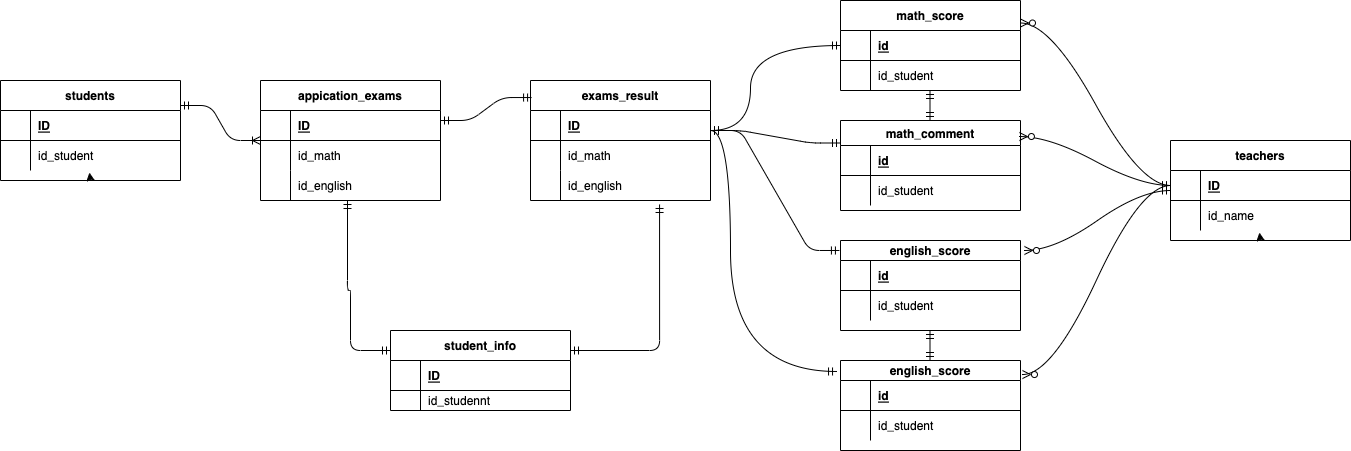
The draw.io diagram 20220603..drawio.png in PW-kazu/20220604shimizu, before a commit. Source tidied: cells renumbered, new cells last; positions are measured from the earlier drawing's top-left corner, leaving out a move shared by most shapes.
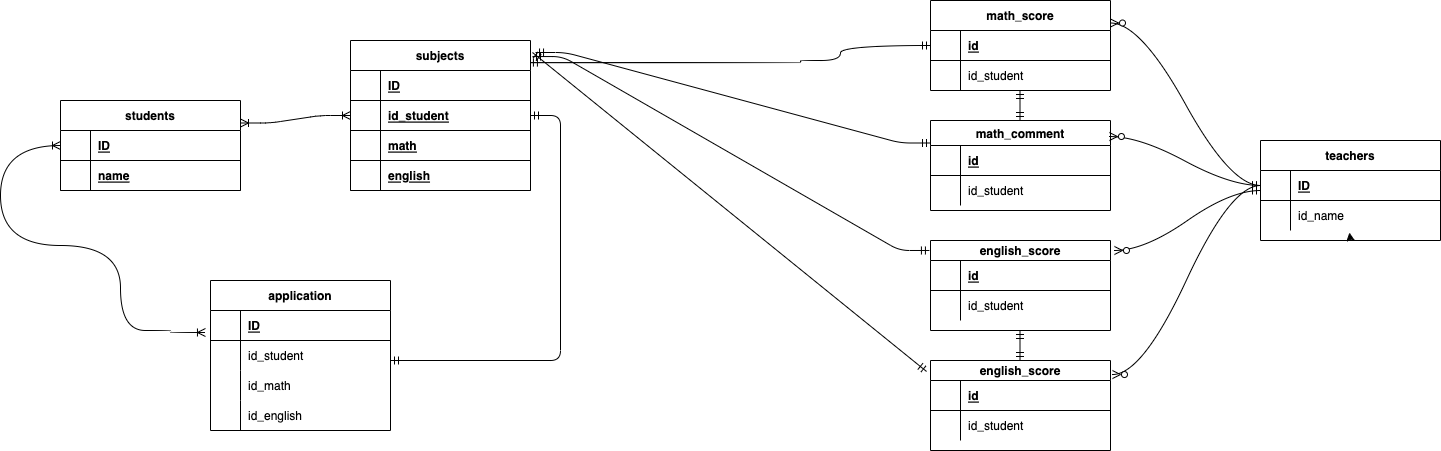
Later version of the same file.

What changed in the source:
```diff
@@ -3,7 +3,7 @@
     <mxCell id="0" />
     <mxCell id="1" parent="0" />
     <mxCell id="2" value="students" style="shape=table;startSize=30;rowLines=0;fontStyle=1;align=center;" parent="1" vertex="1">
-      <mxGeometry y="80" width="180" height="100" as="geometry" />
+      <mxGeometry x="-30" y="100" width="180" height="90" as="geometry" />
     </mxCell>
     <mxCell id="3" style="shape=partialRectangle;fillColor=none;top=0;left=0;bottom=1;right=0;points=[[0,0.5],[1,0.5]];portConstraint=eastwest;" parent="2" vertex="1">
       <mxGeometry y="30" width="180" height="30" as="geometry" />
@@ -14,48 +14,15 @@
     <mxCell id="5" value="ID" style="shape=partialRectangle;fillColor=none;top=0;left=0;bottom=0;right=0;align=left;spacingLeft=6;fontStyle=5;overflow=hidden;" parent="3" vertex="1">
       <mxGeometry x="30" width="150" height="30" as="geometry" />
     </mxCell>
-    <mxCell id="6" style="shape=partialRectangle;fillColor=none;top=0;left=0;bottom=0;right=0;points=[[0,0.5],[1,0.5]];portConstraint=eastwest;" parent="2" vertex="1">
-      <mxGeometry y="60" width="180" height="30" as="geometry" />
-    </mxCell>
-    <mxCell id="7" style="shape=partialRectangle;fillColor=none;top=0;left=0;bottom=0;right=0;overflow=hidden;" parent="6" vertex="1">
-      <mxGeometry width="30" height="30" as="geometry" />
-    </mxCell>
-    <mxCell id="8" value="id_student" style="shape=partialRectangle;fillColor=none;top=0;left=0;bottom=0;right=0;align=left;spacingLeft=6;overflow=hidden;" parent="6" vertex="1">
-      <mxGeometry x="30" width="150" height="30" as="geometry" />
-    </mxCell>
-    <mxCell id="9" style="edgeStyle=none;html=1;exitX=0.5;exitY=1;exitDx=0;exitDy=0;entryX=0.494;entryY=1.067;entryDx=0;entryDy=0;entryPerimeter=0;" parent="2" edge="1" source="2" target="6">
-      <mxGeometry relative="1" as="geometry" />
-    </mxCell>
-    <mxCell id="10" value="appication_exams" style="shape=table;startSize=30;rowLines=0;fontStyle=1;align=center;" parent="1" vertex="1">
-      <mxGeometry x="260" y="80" width="180" height="120" as="geometry" />
-    </mxCell>
-    <mxCell id="11" style="shape=partialRectangle;fillColor=none;top=0;left=0;bottom=1;right=0;" parent="10" vertex="1">
-      <mxGeometry y="30" width="180" height="30" as="geometry" />
-    </mxCell>
-    <mxCell id="12" style="shape=partialRectangle;fillColor=none;top=0;left=0;bottom=0;right=0;fontStyle=1;overflow=hidden;" parent="11" vertex="1">
-      <mxGeometry width="30" height="30" as="geometry" />
-    </mxCell>
-    <mxCell id="13" value="ID" style="shape=partialRectangle;fillColor=none;top=0;left=0;bottom=0;right=0;align=left;spacingLeft=6;fontStyle=5;overflow=hidden;" parent="11" vertex="1">
-      <mxGeometry x="30" width="150" height="30" as="geometry" />
-    </mxCell>
-    <mxCell id="14" style="shape=partialRectangle;fillColor=none;top=0;left=0;bottom=0;right=0;" parent="10" vertex="1">
-      <mxGeometry y="60" width="180" height="30" as="geometry" />
-    </mxCell>
-    <mxCell id="15" style="shape=partialRectangle;fillColor=none;top=0;left=0;bottom=0;right=0;overflow=hidden;" parent="14" vertex="1">
-      <mxGeometry width="30" height="30" as="geometry" />
-    </mxCell>
-    <mxCell id="16" value="id_math" style="shape=partialRectangle;fillColor=none;top=0;left=0;bottom=0;right=0;align=left;spacingLeft=6;overflow=hidden;" parent="14" vertex="1">
-      <mxGeometry x="30" width="150" height="30" as="geometry" />
-    </mxCell>
-    <mxCell id="17" style="shape=partialRectangle;fillColor=none;top=0;left=0;bottom=0;right=0;" parent="10" vertex="1">
-      <mxGeometry y="90" width="180" height="30" as="geometry" />
-    </mxCell>
-    <mxCell id="18" style="shape=partialRectangle;fillColor=none;top=0;left=0;bottom=0;right=0;overflow=hidden;" parent="17" vertex="1">
-      <mxGeometry width="30" height="30" as="geometry" />
-    </mxCell>
-    <mxCell id="19" value="id_english" style="shape=partialRectangle;fillColor=none;top=0;left=0;bottom=0;right=0;align=left;spacingLeft=6;overflow=hidden;" parent="17" vertex="1">
-      <mxGeometry x="30" width="150" height="30" as="geometry" />
-    </mxCell>
+    <mxCell id="87" style="shape=partialRectangle;fillColor=none;top=0;left=0;bottom=1;right=0;" parent="2" vertex="1">
+      <mxGeometry y="60" width="180" height="30" as="geometry" />
+    </mxCell>
+    <mxCell id="88" style="shape=partialRectangle;fillColor=none;top=0;left=0;bottom=0;right=0;fontStyle=1;overflow=hidden;" parent="87" vertex="1">
+      <mxGeometry width="30" height="30" as="geometry" />
+    </mxCell>
+    <mxCell id="89" value="name" style="shape=partialRectangle;fillColor=none;top=0;left=0;bottom=0;right=0;align=left;spacingLeft=6;fontStyle=5;overflow=hidden;" parent="87" vertex="1">
+      <mxGeometry x="30" width="150" height="30" as="geometry" />
+    </mxCell>
     <mxCell id="20" value="math_score" style="shape=table;startSize=30;rowLines=0;fontStyle=1;align=center;" parent="1" vertex="1">
       <mxGeometry x="840" width="180" height="90" as="geometry" />
     </mxCell>
@@ -164,33 +131,24 @@
     <mxCell id="55" style="edgeStyle=none;html=1;exitX=0.5;exitY=1;exitDx=0;exitDy=0;entryX=0.494;entryY=1.067;entryDx=0;entryDy=0;entryPerimeter=0;" parent="48" edge="1" source="48" target="52">
       <mxGeometry relative="1" as="geometry" />
     </mxCell>
-    <mxCell id="56" style="edgeStyle=entityRelationEdgeStyle;fontSize=12;html=1;endArrow=ERmandOne;startArrow=ERmandOne;entryX=0;entryY=0.25;entryDx=0;entryDy=0;exitX=1.011;exitY=0.18;exitDx=0;exitDy=0;exitPerimeter=0;" parent="1" edge="1" target="34">
-      <mxGeometry relative="1" as="geometry">
-        <mxPoint x="710" y="130" as="sourcePoint" />
-      </mxGeometry>
+    <mxCell id="56" style="edgeStyle=entityRelationEdgeStyle;fontSize=12;html=1;endArrow=ERmandOne;startArrow=ERmandOne;entryX=0;entryY=0.25;entryDx=0;entryDy=0;exitX=1.028;exitY=0.08;exitDx=0;exitDy=0;exitPerimeter=0;" parent="1" edge="1" source="92" target="34">
+      <mxGeometry relative="1" as="geometry" />
     </mxCell>
-    <mxCell id="57" style="edgeStyle=orthogonalEdgeStyle;fontSize=12;html=1;endArrow=ERmandOne;startArrow=ERmandOne;entryX=0;entryY=0.5;entryDx=0;entryDy=0;exitX=1.011;exitY=0.18;exitDx=0;exitDy=0;exitPerimeter=0;curved=1;" parent="1" edge="1" target="21">
+    <mxCell id="57" style="edgeStyle=orthogonalEdgeStyle;fontSize=12;html=1;endArrow=ERmandOne;startArrow=ERmandOne;entryX=0;entryY=0.5;entryDx=0;entryDy=0;exitX=0.994;exitY=0.147;exitDx=0;exitDy=0;exitPerimeter=0;curved=1;" parent="1" edge="1" source="92" target="21">
       <mxGeometry relative="1" as="geometry">
-        <mxPoint x="710" y="130" as="sourcePoint" />
         <Array as="points">
-          <mxPoint x="750" y="130" />
+          <mxPoint x="710" y="62" />
+          <mxPoint x="710" y="60" />
+          <mxPoint x="750" y="60" />
           <mxPoint x="750" y="45" />
         </Array>
       </mxGeometry>
     </mxCell>
-    <mxCell id="58" style="edgeStyle=orthogonalEdgeStyle;fontSize=12;html=1;endArrow=ERmandOne;startArrow=ERmandOne;entryX=-0.022;entryY=0.122;entryDx=0;entryDy=0;entryPerimeter=0;curved=1;" parent="1" edge="1" target="41">
-      <mxGeometry relative="1" as="geometry">
-        <mxPoint x="710" y="130" as="sourcePoint" />
-        <Array as="points">
-          <mxPoint x="730" y="130" />
-          <mxPoint x="730" y="371" />
-        </Array>
-      </mxGeometry>
+    <mxCell id="58" style="fontSize=12;html=1;endArrow=ERmandOne;startArrow=ERmandOne;entryX=-0.022;entryY=0.122;entryDx=0;entryDy=0;entryPerimeter=0;exitX=1.011;exitY=0.08;exitDx=0;exitDy=0;exitPerimeter=0;" parent="1" edge="1" source="92" target="41">
+      <mxGeometry relative="1" as="geometry" />
     </mxCell>
-    <mxCell id="59" style="edgeStyle=entityRelationEdgeStyle;fontSize=12;html=1;endArrow=ERmandOne;startArrow=ERmandOne;entryX=-0.006;entryY=0.111;entryDx=0;entryDy=0;entryPerimeter=0;exitX=1.011;exitY=0.18;exitDx=0;exitDy=0;exitPerimeter=0;" parent="1" edge="1" target="27">
-      <mxGeometry relative="1" as="geometry">
-        <mxPoint x="710" y="130" as="sourcePoint" />
-      </mxGeometry>
+    <mxCell id="59" style="edgeStyle=entityRelationEdgeStyle;fontSize=12;html=1;endArrow=ERmandOne;startArrow=ERmandOne;entryX=-0.006;entryY=0.111;entryDx=0;entryDy=0;entryPerimeter=0;exitX=1.011;exitY=0.107;exitDx=0;exitDy=0;exitPerimeter=0;" parent="1" edge="1" source="92" target="27">
+      <mxGeometry relative="1" as="geometry" />
     </mxCell>
     <mxCell id="60" style="edgeStyle=entityRelationEdgeStyle;fontSize=12;html=1;endArrow=ERzeroToMany;startArrow=ERmandOne;curved=1;exitX=0;exitY=0.5;exitDx=0;exitDy=0;entryX=1;entryY=0.25;entryDx=0;entryDy=0;" parent="1" edge="1" source="49" target="20">
       <mxGeometry relative="1" as="geometry" />
@@ -198,8 +156,8 @@
     <mxCell id="61" style="edgeStyle=entityRelationEdgeStyle;fontSize=12;html=1;endArrow=ERzeroToMany;startArrow=ERmandOne;curved=1;entryX=1.022;entryY=0.111;entryDx=0;entryDy=0;entryPerimeter=0;" parent="1" edge="1" source="48" target="27">
       <mxGeometry relative="1" as="geometry" />
     </mxCell>
-    <mxCell id="62" value="exams_result" style="shape=table;startSize=30;rowLines=0;fontStyle=1;align=center;" parent="1" vertex="1">
-      <mxGeometry x="530" y="80" width="180" height="120" as="geometry" />
+    <mxCell id="62" value="application" style="shape=table;startSize=30;rowLines=0;fontStyle=1;align=center;" parent="1" vertex="1">
+      <mxGeometry x="120" y="280" width="180" height="150" as="geometry" />
     </mxCell>
     <mxCell id="63" style="shape=partialRectangle;fillColor=none;top=0;left=0;bottom=1;right=0;points=[[0,0.5],[1,0.5]];portConstraint=eastwest;" parent="62" vertex="1">
       <mxGeometry y="30" width="180" height="30" as="geometry" />
@@ -210,8 +168,17 @@
     <mxCell id="65" value="ID" style="shape=partialRectangle;fillColor=none;top=0;left=0;bottom=0;right=0;align=left;spacingLeft=6;fontStyle=5;overflow=hidden;" parent="63" vertex="1">
       <mxGeometry x="30" width="150" height="30" as="geometry" />
     </mxCell>
+    <mxCell id="90" style="shape=partialRectangle;fillColor=none;top=0;left=0;bottom=0;right=0;" parent="62" vertex="1">
+      <mxGeometry y="60" width="180" height="30" as="geometry" />
+    </mxCell>
+    <mxCell id="91" style="shape=partialRectangle;fillColor=none;top=0;left=0;bottom=0;right=0;overflow=hidden;" parent="90" vertex="1">
+      <mxGeometry width="30" height="30" as="geometry" />
+    </mxCell>
+    <mxCell id="8" value="id_student" style="shape=partialRectangle;fillColor=none;top=0;left=0;bottom=0;right=0;align=left;spacingLeft=6;overflow=hidden;" parent="90" vertex="1">
+      <mxGeometry x="30" width="150" height="30" as="geometry" />
+    </mxCell>
     <mxCell id="66" style="shape=partialRectangle;fillColor=none;top=0;left=0;bottom=0;right=0;" parent="62" vertex="1">
-      <mxGeometry y="60" width="180" height="30" as="geometry" />
+      <mxGeometry y="90" width="180" height="30" as="geometry" />
     </mxCell>
     <mxCell id="67" style="shape=partialRectangle;fillColor=none;top=0;left=0;bottom=0;right=0;overflow=hidden;" parent="66" vertex="1">
       <mxGeometry width="30" height="30" as="geometry" />
@@ -220,7 +187,7 @@
       <mxGeometry x="30" width="150" height="30" as="geometry" />
     </mxCell>
     <mxCell id="69" style="shape=partialRectangle;fillColor=none;top=0;left=0;bottom=0;right=0;points=[[0,0.5],[1,0.5]];portConstraint=eastwest;" parent="62" vertex="1">
-      <mxGeometry y="90" width="180" height="30" as="geometry" />
+      <mxGeometry y="120" width="180" height="30" as="geometry" />
     </mxCell>
     <mxCell id="70" style="shape=partialRectangle;fillColor=none;top=0;left=0;bottom=0;right=0;overflow=hidden;" parent="69" vertex="1">
       <mxGeometry width="30" height="30" as="geometry" />
@@ -246,50 +213,64 @@
         <mxPoint x="929.5" y="120" as="targetPoint" />
       </mxGeometry>
     </mxCell>
-    <mxCell id="76" style="edgeStyle=entityRelationEdgeStyle;fontSize=12;html=1;endArrow=ERmandOne;startArrow=ERmandOne;entryX=0.006;entryY=0.142;entryDx=0;entryDy=0;entryPerimeter=0;" parent="1" edge="1" target="62">
-      <mxGeometry relative="1" as="geometry">
-        <mxPoint x="440" y="120" as="sourcePoint" />
-      </mxGeometry>
-    </mxCell>
-    <mxCell id="77" style="edgeStyle=entityRelationEdgeStyle;fontSize=12;html=1;endArrow=ERoneToMany;startArrow=ERmandOne;exitX=1;exitY=0.25;exitDx=0;exitDy=0;" parent="1" edge="1" source="2" target="10">
-      <mxGeometry relative="1" as="geometry" />
-    </mxCell>
-    <mxCell id="78" value="student_info" style="shape=table;startSize=30;rowLines=0;fontStyle=1;align=center;" parent="1" vertex="1">
-      <mxGeometry x="390" y="330" width="180" height="80" as="geometry" />
-    </mxCell>
-    <mxCell id="79" style="shape=partialRectangle;fillColor=none;top=0;left=0;bottom=1;right=0;" parent="78" vertex="1">
-      <mxGeometry y="30" width="180" height="30" as="geometry" />
-    </mxCell>
-    <mxCell id="80" style="shape=partialRectangle;fillColor=none;top=0;left=0;bottom=0;right=0;fontStyle=1;overflow=hidden;" parent="79" vertex="1">
-      <mxGeometry width="30" height="30" as="geometry" />
-    </mxCell>
-    <mxCell id="81" value="ID" style="shape=partialRectangle;fillColor=none;top=0;left=0;bottom=0;right=0;align=left;spacingLeft=6;fontStyle=5;overflow=hidden;" parent="79" vertex="1">
-      <mxGeometry x="30" width="150" height="30" as="geometry" />
-    </mxCell>
-    <mxCell id="82" style="shape=partialRectangle;fillColor=none;top=0;left=0;bottom=0;right=0;" parent="78" vertex="1">
-      <mxGeometry y="60" width="180" height="20" as="geometry" />
-    </mxCell>
-    <mxCell id="83" style="shape=partialRectangle;fillColor=none;top=0;left=0;bottom=0;right=0;overflow=hidden;" parent="82" vertex="1">
-      <mxGeometry width="30" height="20" as="geometry" />
-    </mxCell>
-    <mxCell id="84" value="id_studennt" style="shape=partialRectangle;fillColor=none;top=0;left=0;bottom=0;right=0;align=left;spacingLeft=6;overflow=hidden;" parent="82" vertex="1">
-      <mxGeometry x="30" width="150" height="20" as="geometry" />
-    </mxCell>
-    <mxCell id="85" style="fontSize=12;html=1;endArrow=ERmandOne;startArrow=ERmandOne;edgeStyle=orthogonalEdgeStyle;exitX=0.717;exitY=1.133;exitDx=0;exitDy=0;exitPerimeter=0;entryX=1;entryY=0.25;entryDx=0;entryDy=0;" parent="1" edge="1" source="69" target="78">
-      <mxGeometry relative="1" as="geometry">
-        <Array as="points">
-          <mxPoint x="659" y="350" />
-        </Array>
-      </mxGeometry>
-    </mxCell>
-    <mxCell id="86" style="fontSize=12;html=1;endArrow=ERmandOne;startArrow=ERmandOne;edgeStyle=orthogonalEdgeStyle;entryX=0;entryY=0.25;entryDx=0;entryDy=0;" parent="1" edge="1" source="10" target="78">
-      <mxGeometry relative="1" as="geometry">
-        <Array as="points">
-          <mxPoint x="347" y="290" />
-          <mxPoint x="350" y="290" />
-          <mxPoint x="350" y="350" />
-        </Array>
-      </mxGeometry>
-    </mxCell>
+    <mxCell id="92" value="subjects" style="shape=table;startSize=30;rowLines=0;fontStyle=1;align=center;" parent="1" vertex="1">
+      <mxGeometry x="260" y="40" width="180" height="150" as="geometry" />
+    </mxCell>
+    <mxCell id="93" style="shape=partialRectangle;fillColor=none;top=0;left=0;bottom=1;right=0;" parent="92" vertex="1">
+      <mxGeometry y="30" width="180" height="30" as="geometry" />
+    </mxCell>
+    <mxCell id="94" style="shape=partialRectangle;fillColor=none;top=0;left=0;bottom=0;right=0;fontStyle=1;overflow=hidden;" parent="93" vertex="1">
+      <mxGeometry width="30" height="30" as="geometry" />
+    </mxCell>
+    <mxCell id="95" value="ID" style="shape=partialRectangle;fillColor=none;top=0;left=0;bottom=0;right=0;align=left;spacingLeft=6;fontStyle=5;overflow=hidden;" parent="93" vertex="1">
+      <mxGeometry x="30" width="150" height="30" as="geometry" />
+    </mxCell>
+    <mxCell id="96" style="shape=partialRectangle;fillColor=none;top=0;left=0;bottom=1;right=0;" parent="92" vertex="1">
+      <mxGeometry y="60" width="180" height="30" as="geometry" />
+    </mxCell>
+    <mxCell id="97" style="shape=partialRectangle;fillColor=none;top=0;left=0;bottom=0;right=0;fontStyle=1;overflow=hidden;" parent="96" vertex="1">
+      <mxGeometry width="30" height="30" as="geometry" />
+    </mxCell>
+    <mxCell id="98" value="id_student" style="shape=partialRectangle;fillColor=none;top=0;left=0;bottom=0;right=0;align=left;spacingLeft=6;fontStyle=5;overflow=hidden;" parent="96" vertex="1">
+      <mxGeometry x="30" width="150" height="30" as="geometry" />
+    </mxCell>
+    <mxCell id="99" style="shape=partialRectangle;fillColor=none;top=0;left=0;bottom=1;right=0;" parent="92" vertex="1">
+      <mxGeometry y="90" width="180" height="30" as="geometry" />
+    </mxCell>
+    <mxCell id="100" style="shape=partialRectangle;fillColor=none;top=0;left=0;bottom=0;right=0;fontStyle=1;overflow=hidden;" parent="99" vertex="1">
+      <mxGeometry width="30" height="30" as="geometry" />
+    </mxCell>
+    <mxCell id="101" value="math" style="shape=partialRectangle;fillColor=none;top=0;left=0;bottom=0;right=0;align=left;spacingLeft=6;fontStyle=5;overflow=hidden;" parent="99" vertex="1">
+      <mxGeometry x="30" width="150" height="30" as="geometry" />
+    </mxCell>
+    <mxCell id="102" style="shape=partialRectangle;fillColor=none;top=0;left=0;bottom=1;right=0;" parent="92" vertex="1">
+      <mxGeometry y="120" width="180" height="30" as="geometry" />
+    </mxCell>
+    <mxCell id="103" style="shape=partialRectangle;fillColor=none;top=0;left=0;bottom=0;right=0;fontStyle=1;overflow=hidden;" parent="102" vertex="1">
+      <mxGeometry width="30" height="30" as="geometry" />
+    </mxCell>
+    <mxCell id="104" value="english" style="shape=partialRectangle;fillColor=none;top=0;left=0;bottom=0;right=0;align=left;spacingLeft=6;fontStyle=5;overflow=hidden;" parent="102" vertex="1">
+      <mxGeometry x="30" width="150" height="30" as="geometry" />
+    </mxCell>
+    <mxCell id="105" style="edgeStyle=entityRelationEdgeStyle;fontSize=12;html=1;endArrow=ERoneToMany;startArrow=ERoneToMany;exitX=1;exitY=0.25;exitDx=0;exitDy=0;" parent="1" edge="1" source="2" target="92">
+      <mxGeometry relative="1" as="geometry" />
+    </mxCell>
+    <mxCell id="106" style="edgeStyle=entityRelationEdgeStyle;fontSize=12;html=1;endArrow=ERmandOne;startArrow=ERmandOne;startFill=0;endFill=0;" parent="1" edge="1" target="92">
+      <mxGeometry relative="1" as="geometry">
+        <mxPoint x="300" y="360" as="sourcePoint" />
+      </mxGeometry>
+    </mxCell>
+    <mxCell id="107" style="edgeStyle=orthogonalEdgeStyle;fontSize=12;html=1;endArrow=ERoneToMany;startArrow=ERoneToMany;exitX=0;exitY=0.5;exitDx=0;exitDy=0;curved=1;entryX=-0.028;entryY=0.733;entryDx=0;entryDy=0;entryPerimeter=0;startFill=0;endFill=0;" parent="1" edge="1" source="3" target="63">
+      <mxGeometry relative="1" as="geometry">
+        <Array as="points">
+          <mxPoint x="-90" y="145" />
+          <mxPoint x="-90" y="245" />
+          <mxPoint x="30" y="245" />
+          <mxPoint x="30" y="330" />
+          <mxPoint x="80" y="330" />
+          <mxPoint x="80" y="332" />
+        </Array>
+      </mxGeometry>
+    </mxCell>
   </root>
 </mxGraphModel>
```
